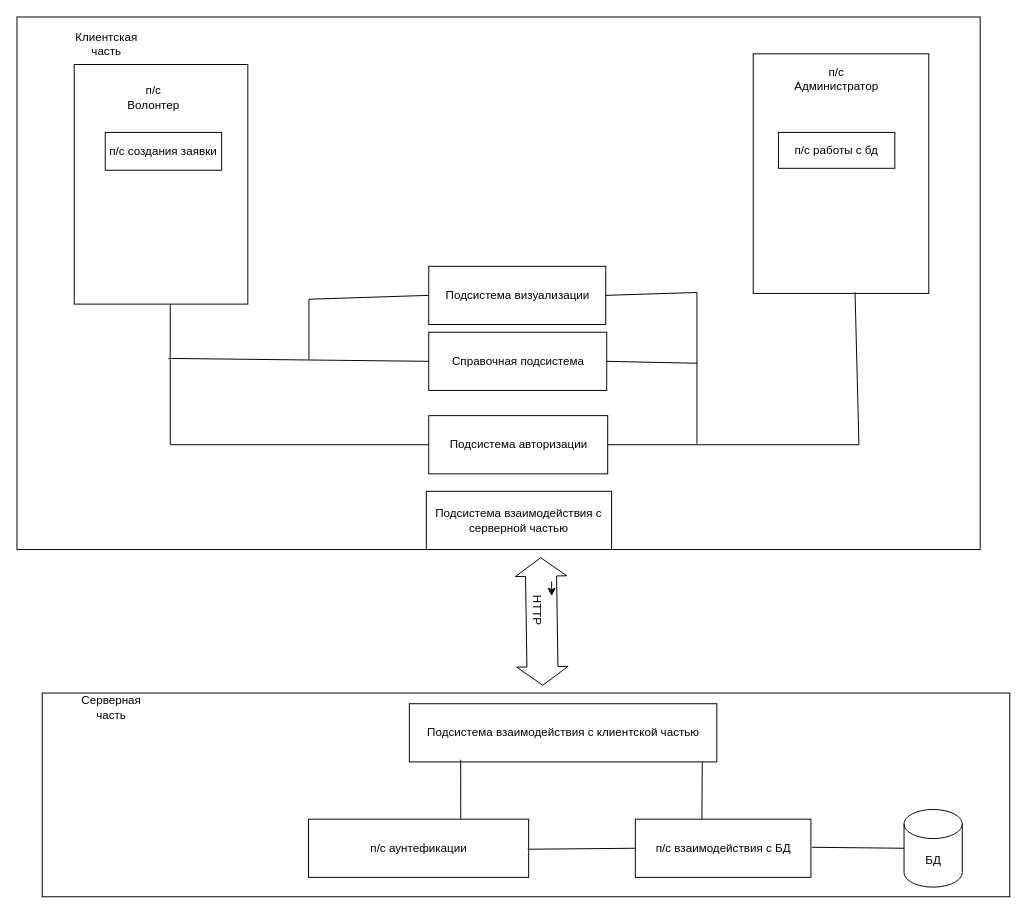
Earlier version of the draw.io diagram ез1.drawio (Alexander-Bankov/draw). Source tidied: cells renumbered, new cells numbered last; positions are measured from the earlier drawing's top-left corner, leaving out a move shared by most shapes. Both pictures are drawn from the tidied source at 97%, with x=0, y=0 at pixel (16, 16).
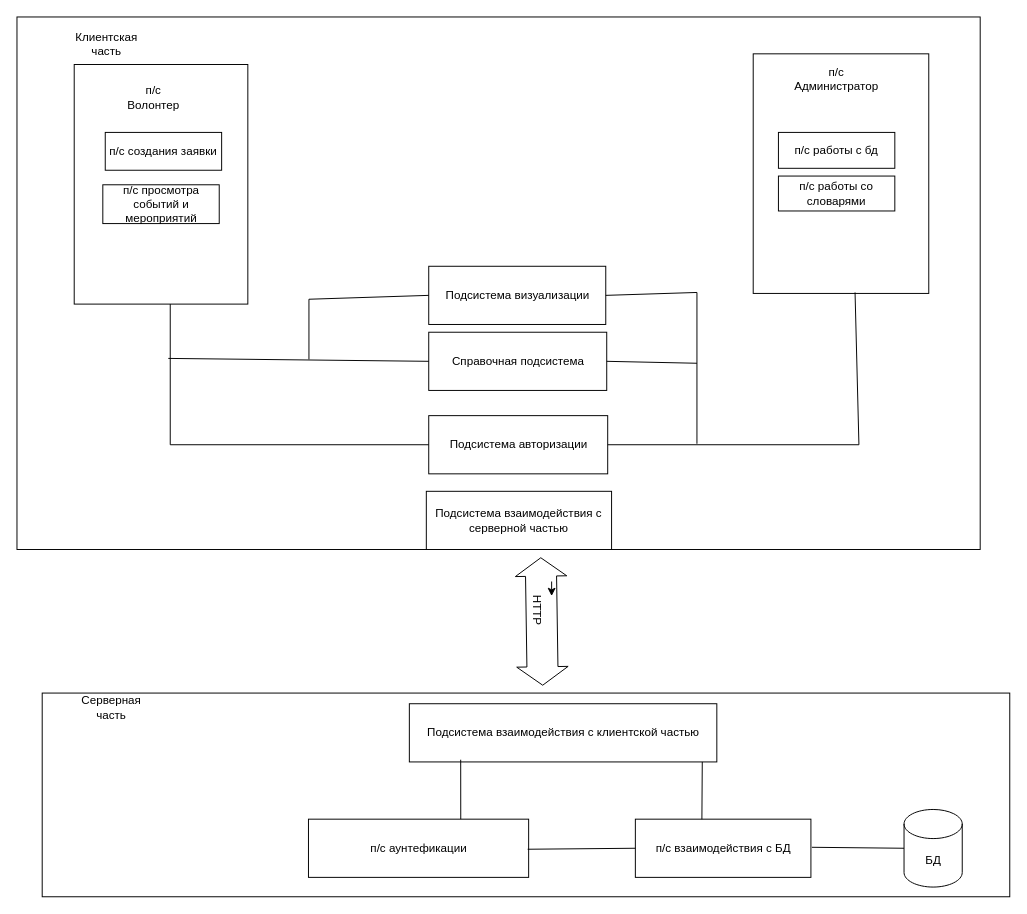
Above is the later version.

What changed in the source:
```diff
@@
+    <mxCell id="33" value="п/с работы со словарями" style="rounded=0;whiteSpace=wrap;html=1;" parent="1" vertex="1">
+      <mxGeometry x="785" y="164" width="120" height="36" as="geometry" />
+    </mxCell>
+    <mxCell id="34" value="п/с просмотра событий и мероприятий" style="rounded=0;whiteSpace=wrap;html=1;" parent="1" vertex="1">
+      <mxGeometry x="88.5" y="173" width="120" height="40" as="geometry" />
+    </mxCell>
```
